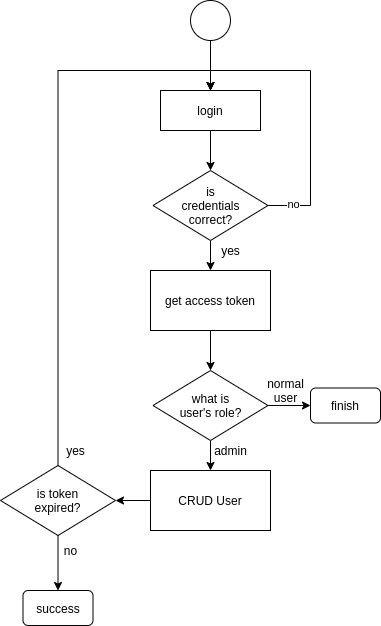
Before: flow.png, a diagram exported from draw.io (bramsedana/userlogin). Source tidied: cells renumbered, new cells last; positions are measured from the earlier drawing's top-left corner, leaving out a move shared by most shapes. Its diagram source:
```xml
<mxGraphModel>
  <root>
    <mxCell id="0" />
    <mxCell id="1" parent="0" />
    <mxCell id="2" style="edgeStyle=orthogonalEdgeStyle;rounded=0;jettySize=auto;html=1;entryX=0.5;entryY=0;entryDx=0;entryDy=0;" parent="1" edge="1" source="3" target="5">
      <mxGeometry relative="1" as="geometry" />
    </mxCell>
    <mxCell id="3" style="ellipse;whiteSpace=wrap;html=1;" parent="1" vertex="1">
      <mxGeometry x="190" width="40" height="40" as="geometry" />
    </mxCell>
    <mxCell id="4" style="edgeStyle=orthogonalEdgeStyle;rounded=0;jettySize=auto;html=1;exitX=0.5;exitY=1;exitDx=0;exitDy=0;" parent="1" edge="1" source="5" target="9">
      <mxGeometry relative="1" as="geometry" />
    </mxCell>
    <mxCell id="5" value="login" style="rounded=0;whiteSpace=wrap;html=1;" parent="1" vertex="1">
      <mxGeometry x="160" y="90" width="100" height="40" as="geometry" />
    </mxCell>
    <mxCell id="6" style="edgeStyle=orthogonalEdgeStyle;rounded=0;jettySize=auto;html=1;exitX=1;exitY=0.5;exitDx=0;exitDy=0;" parent="1" edge="1" source="9">
      <mxGeometry relative="1" as="geometry">
        <mxPoint x="210" y="90" as="targetPoint" />
        <Array as="points">
          <mxPoint x="310" y="205" />
          <mxPoint x="310" y="70" />
          <mxPoint x="210" y="70" />
        </Array>
      </mxGeometry>
    </mxCell>
    <mxCell id="7" value="no" style="edgeLabel;html=1;align=center;verticalAlign=middle;" parent="6" vertex="1">
      <mxGeometry x="-0.6" y="-4" relative="1" as="geometry">
        <mxPoint x="-22" y="14.5" as="offset" />
      </mxGeometry>
    </mxCell>
    <mxCell id="8" style="edgeStyle=orthogonalEdgeStyle;rounded=0;jettySize=auto;html=1;exitX=0.5;exitY=1;exitDx=0;exitDy=0;" parent="1" edge="1" source="9" target="11">
      <mxGeometry relative="1" as="geometry" />
    </mxCell>
    <mxCell id="9" value="is&lt;br&gt;credentials&lt;br&gt;correct?" style="rhombus;whiteSpace=wrap;html=1;" parent="1" vertex="1">
      <mxGeometry x="152.5" y="170" width="115" height="70" as="geometry" />
    </mxCell>
    <mxCell id="10" style="edgeStyle=orthogonalEdgeStyle;rounded=0;jettySize=auto;html=1;exitX=0.5;exitY=1;exitDx=0;exitDy=0;entryX=0.5;entryY=0;entryDx=0;entryDy=0;" parent="1" edge="1" source="11" target="15">
      <mxGeometry relative="1" as="geometry" />
    </mxCell>
    <mxCell id="11" value="get access token" style="rounded=0;whiteSpace=wrap;html=1;" parent="1" vertex="1">
      <mxGeometry x="150" y="270" width="120" height="60" as="geometry" />
    </mxCell>
    <mxCell id="12" value="yes" style="text;html=1;align=center;verticalAlign=middle;" parent="1" vertex="1">
      <mxGeometry x="215" y="240" width="30" height="20" as="geometry" />
    </mxCell>
    <mxCell id="13" style="edgeStyle=orthogonalEdgeStyle;rounded=0;jettySize=auto;html=1;entryX=0.5;entryY=0;entryDx=0;entryDy=0;" parent="1" edge="1" source="15" target="17">
      <mxGeometry relative="1" as="geometry" />
    </mxCell>
    <mxCell id="14" style="edgeStyle=orthogonalEdgeStyle;rounded=0;jettySize=auto;html=1;entryX=0;entryY=0.5;entryDx=0;entryDy=0;" parent="1" edge="1" source="15" target="23">
      <mxGeometry relative="1" as="geometry" />
    </mxCell>
    <mxCell id="15" value="what is&lt;br&gt;user's role?" style="rhombus;whiteSpace=wrap;html=1;" parent="1" vertex="1">
      <mxGeometry x="152.5" y="370" width="115" height="70" as="geometry" />
    </mxCell>
    <mxCell id="16" style="edgeStyle=orthogonalEdgeStyle;rounded=0;jettySize=auto;html=1;entryX=1;entryY=0.5;entryDx=0;entryDy=0;" parent="1" edge="1" source="17" target="21">
      <mxGeometry relative="1" as="geometry" />
    </mxCell>
    <mxCell id="17" value="CRUD User" style="rounded=0;whiteSpace=wrap;html=1;" parent="1" vertex="1">
      <mxGeometry x="150" y="470" width="120" height="60" as="geometry" />
    </mxCell>
    <mxCell id="18" value="admin" style="text;html=1;align=center;verticalAlign=middle;" parent="1" vertex="1">
      <mxGeometry x="205" y="440" width="50" height="20" as="geometry" />
    </mxCell>
    <mxCell id="19" style="edgeStyle=orthogonalEdgeStyle;rounded=0;jettySize=auto;html=1;entryX=0.5;entryY=0;entryDx=0;entryDy=0;" parent="1" edge="1" source="21" target="5">
      <mxGeometry relative="1" as="geometry">
        <Array as="points">
          <mxPoint x="58" y="70" />
          <mxPoint x="210" y="70" />
        </Array>
      </mxGeometry>
    </mxCell>
    <mxCell id="20" style="edgeStyle=orthogonalEdgeStyle;rounded=0;jettySize=auto;html=1;entryX=0.5;entryY=0;entryDx=0;entryDy=0;" parent="1" edge="1" source="21" target="25">
      <mxGeometry relative="1" as="geometry" />
    </mxCell>
    <mxCell id="21" value="is token&lt;br&gt;expired?" style="rhombus;whiteSpace=wrap;html=1;" parent="1" vertex="1">
      <mxGeometry y="465" width="115" height="70" as="geometry" />
    </mxCell>
    <mxCell id="22" value="yes" style="text;html=1;align=center;verticalAlign=middle;" parent="1" vertex="1">
      <mxGeometry x="60" y="440" width="30" height="20" as="geometry" />
    </mxCell>
    <mxCell id="23" value="finish" style="rounded=1;whiteSpace=wrap;html=1;" parent="1" vertex="1">
      <mxGeometry x="310" y="387.5" width="70" height="35" as="geometry" />
    </mxCell>
    <mxCell id="24" value="normal&lt;br&gt;user" style="text;html=1;align=center;verticalAlign=middle;" parent="1" vertex="1">
      <mxGeometry x="260" y="375" width="50" height="30" as="geometry" />
    </mxCell>
    <mxCell id="25" value="success" style="rounded=1;whiteSpace=wrap;html=1;" parent="1" vertex="1">
      <mxGeometry x="22.5" y="590" width="70" height="35" as="geometry" />
    </mxCell>
    <mxCell id="26" value="no" style="text;html=1;align=center;verticalAlign=middle;" parent="1" vertex="1">
      <mxGeometry x="55" y="540" width="30" height="20" as="geometry" />
    </mxCell>
  </root>
</mxGraphModel>
```
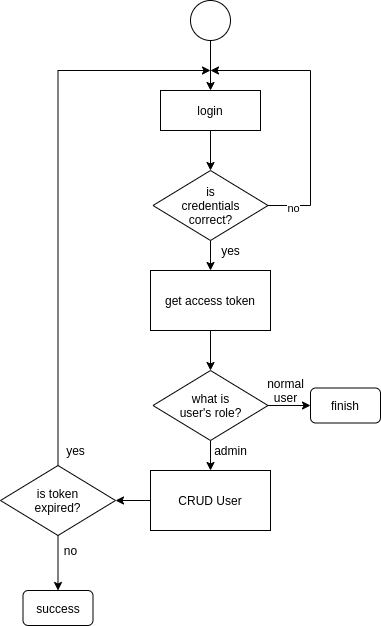
Above is the later version.

Commit message:
Changed flow diagram

The edit, as a diff of the source:
```diff
@@ -16,7 +16,7 @@
     </mxCell>
     <mxCell id="6" style="edgeStyle=orthogonalEdgeStyle;rounded=0;jettySize=auto;html=1;exitX=1;exitY=0.5;exitDx=0;exitDy=0;" parent="1" edge="1" source="9">
       <mxGeometry relative="1" as="geometry">
-        <mxPoint x="210" y="90" as="targetPoint" />
+        <mxPoint x="210" y="70" as="targetPoint" />
         <Array as="points">
           <mxPoint x="310" y="205" />
           <mxPoint x="310" y="70" />
@@ -62,11 +62,11 @@
     <mxCell id="18" value="admin" style="text;html=1;align=center;verticalAlign=middle;" parent="1" vertex="1">
       <mxGeometry x="205" y="440" width="50" height="20" as="geometry" />
     </mxCell>
-    <mxCell id="19" style="edgeStyle=orthogonalEdgeStyle;rounded=0;jettySize=auto;html=1;entryX=0.5;entryY=0;entryDx=0;entryDy=0;" parent="1" edge="1" source="21" target="5">
+    <mxCell id="19" style="edgeStyle=orthogonalEdgeStyle;rounded=0;jettySize=auto;html=1;" parent="1" edge="1" source="21">
       <mxGeometry relative="1" as="geometry">
+        <mxPoint x="210" y="70" as="targetPoint" />
         <Array as="points">
           <mxPoint x="58" y="70" />
-          <mxPoint x="210" y="70" />
         </Array>
       </mxGeometry>
     </mxCell>
```
